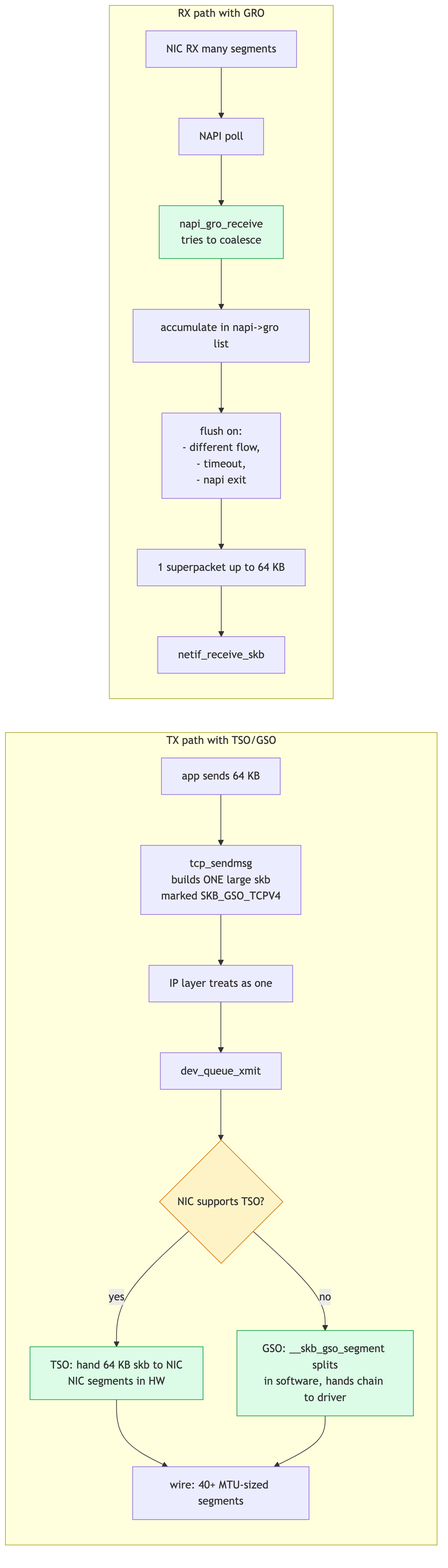
The Mermaid diagram linux-net/src/diagrams/day04_flow.png in biefy/books, before a commit. Its source is kept beside it as linux-net/src/diagrams/src/day04_flow.mmd. The source it was exported from:
```mermaid
flowchart LR
    subgraph TX["TX path with TSO/GSO"]
        App["app sends 64 KB"]
        TCP["tcp_sendmsg<br/>builds ONE large skb<br/>marked SKB_GSO_TCPV4"]
        IP["IP layer treats as one"]
        Dev["dev_queue_xmit"]
        Check{"NIC supports TSO?"}
        TSO["TSO: hand 64 KB skb to NIC<br/>NIC segments in HW"]
        GSO["GSO: __skb_gso_segment splits<br/>in software, hands chain to driver"]
        Wire["wire: 40+ MTU-sized segments"]

        App --> TCP --> IP --> Dev --> Check
        Check -->|yes| TSO --> Wire
        Check -->|no| GSO --> Wire
    end

    subgraph RX["RX path with GRO"]
        NIC2["NIC RX many segments"]
        NAPI["NAPI poll"]
        GRO["napi_gro_receive<br/>tries to coalesce"]
        Hold["accumulate in napi->gro list"]
        Flush["flush on:<br/>- different flow,<br/>- timeout,<br/>- napi exit"]
        Big["1 superpacket up to 64 KB"]
        Stack["netif_receive_skb"]

        NIC2 --> NAPI --> GRO --> Hold --> Flush --> Big --> Stack
    end

    classDef bpf fill:#fef3c7,stroke:#d97706
    classDef ok fill:#dcfce7,stroke:#16a34a
    class Check bpf
    class TSO,GSO,GRO ok
```
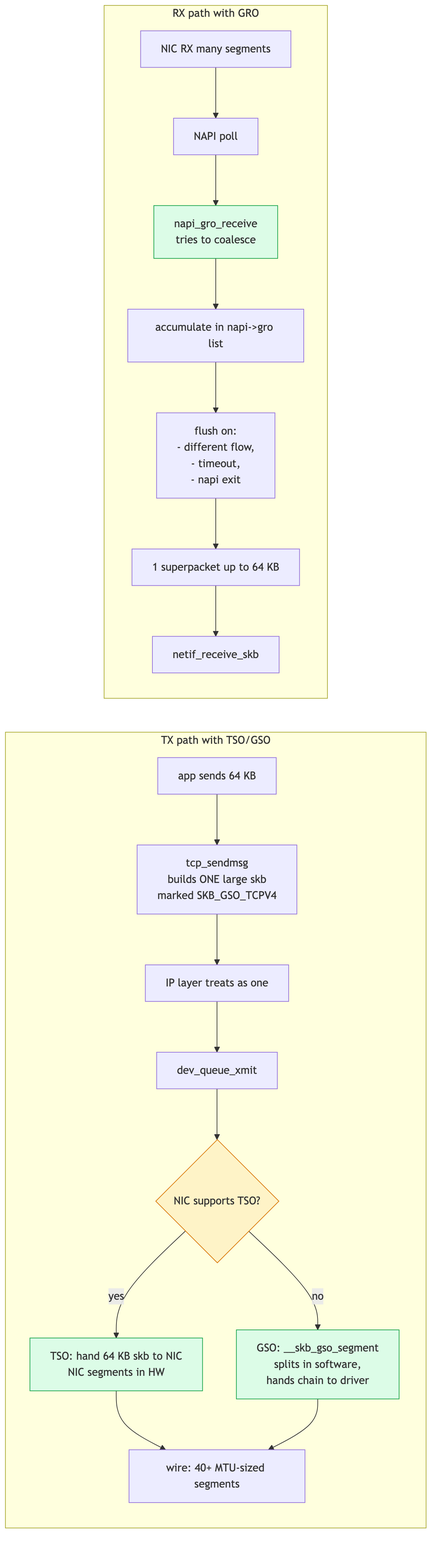
Later version of the same file.

The edit, as a diff of the source:
```diff
@@ -6,7 +6,7 @@
         Dev["dev_queue_xmit"]
         Check{"NIC supports TSO?"}
         TSO["TSO: hand 64 KB skb to NIC<br/>NIC segments in HW"]
-        GSO["GSO: __skb_gso_segment splits<br/>in software, hands chain to driver"]
+        GSO["GSO: __skb_gso_segment<br/>splits in software,<br/>hands chain to driver"]
         Wire["wire: 40+ MTU-sized segments"]
 
         App --> TCP --> IP --> Dev --> Check
```
